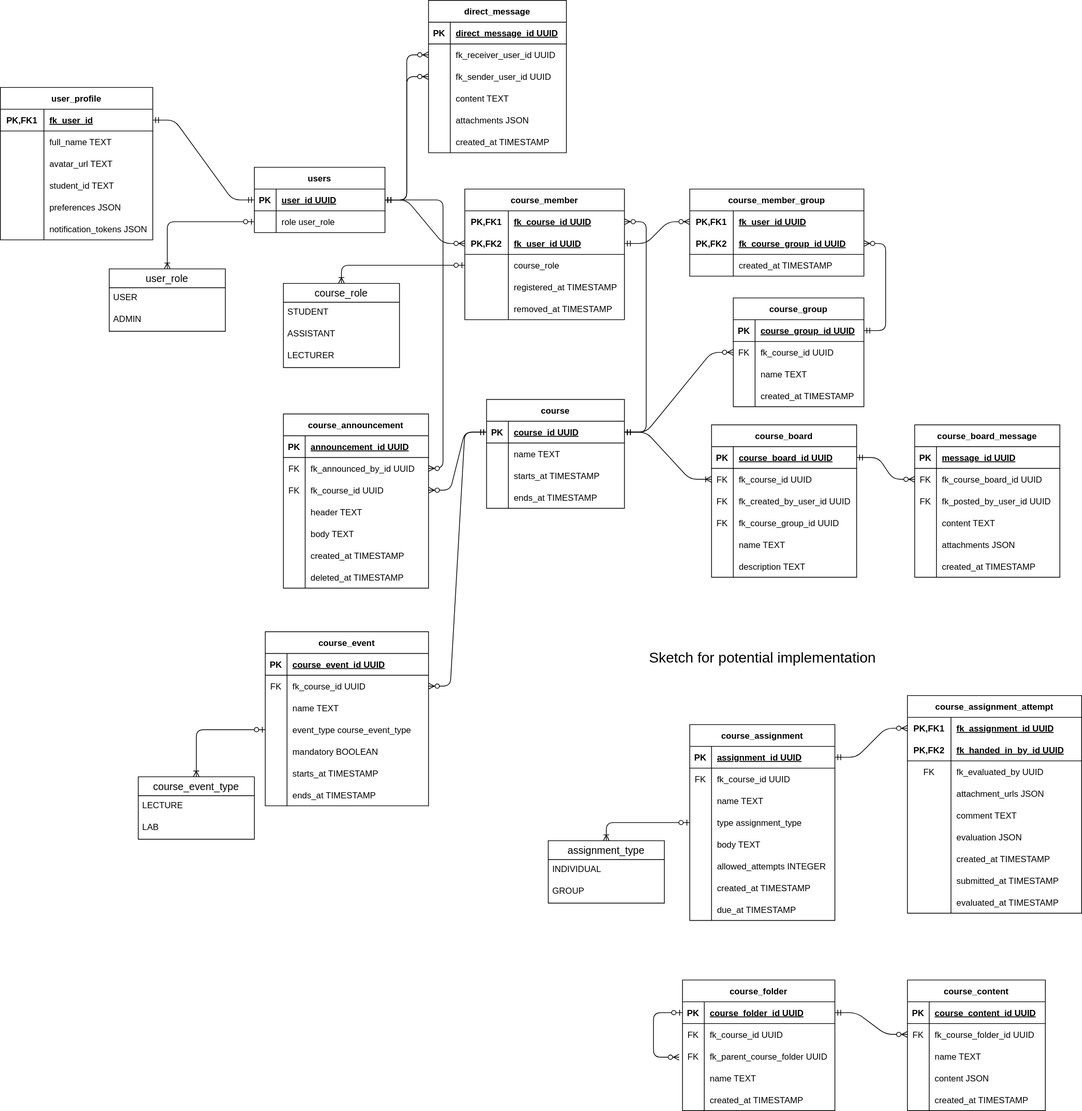
Above: docs/diagrams/er-diagram.drawio.svg in thedatasnok/idata2503-project (draw.io), before the change. Source tidied: cells renumbered, new cells last; positions are measured from the earlier drawing's top-left corner, leaving out a move shared by most shapes.
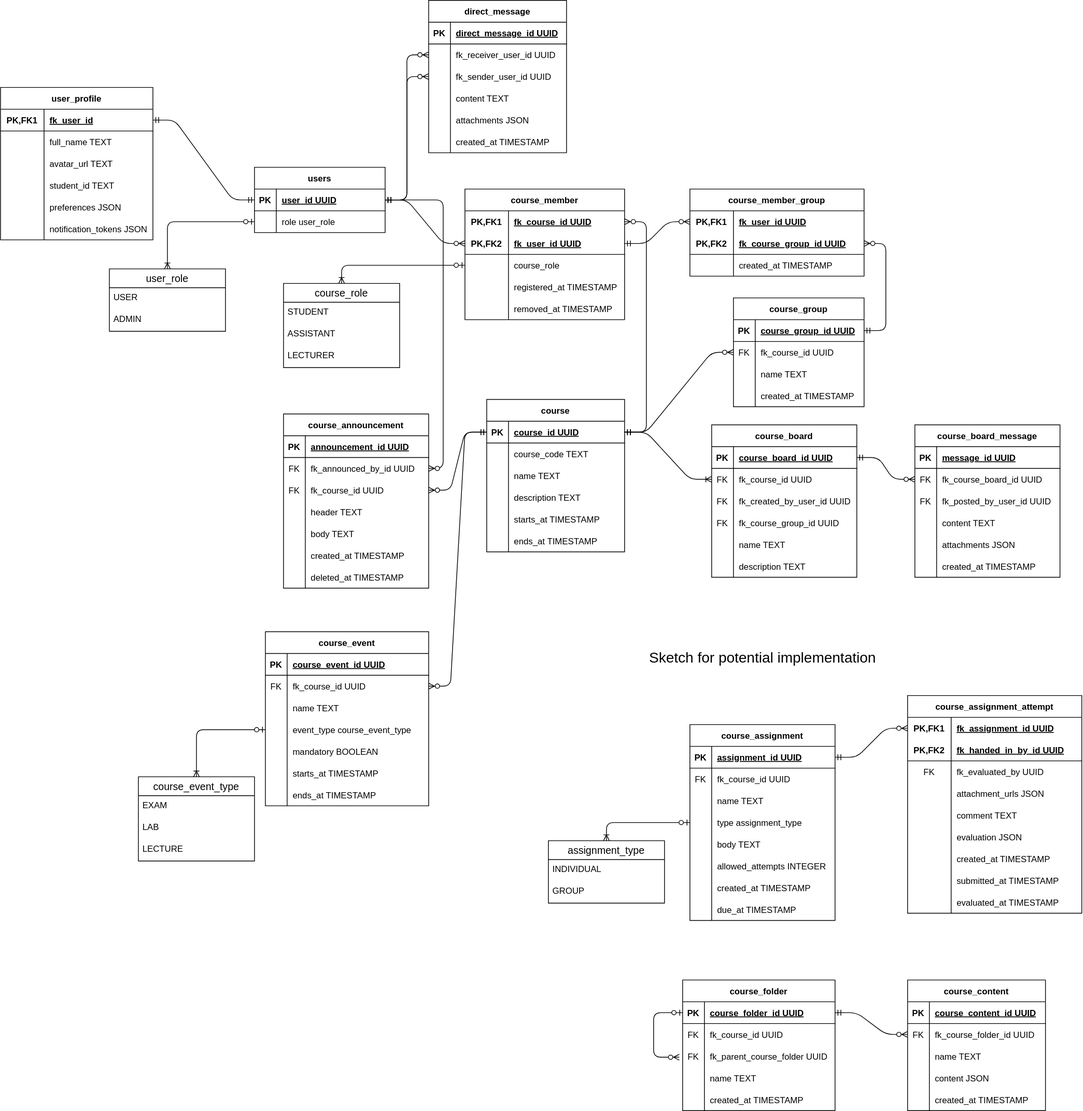
Above is the later version.

Commit message:
docs: add course code & description to course + add EXAM as event type

Change to the diagram source:
```diff
@@ -40,7 +40,7 @@
       </mxGeometry>
     </mxCell>
     <mxCell id="13" value="course" style="shape=table;startSize=30;rowLines=0;fontStyle=1;align=center;" parent="1" vertex="1">
-      <mxGeometry x="670" y="550" width="190" height="150" as="geometry" />
+      <mxGeometry x="670" y="550" width="190" height="210" as="geometry" />
     </mxCell>
     <mxCell id="14" style="shape=tableRow;horizontal=0;startSize=0;swimlaneHead=0;swimlaneBody=0;fillColor=none;points=[[0,0.5],[1,0.5]];portConstraint=eastwest;top=0;left=0;right=0;bottom=1;" parent="13" vertex="1">
       <mxGeometry y="30" width="190" height="30" as="geometry" />
@@ -51,8 +51,17 @@
     <mxCell id="16" value="course_id UUID" style="shape=partialRectangle;fillColor=none;top=0;left=0;bottom=0;right=0;align=left;spacingLeft=6;fontStyle=5;overflow=hidden;" parent="14" vertex="1">
       <mxGeometry x="30" width="160" height="30" as="geometry" />
     </mxCell>
+    <mxCell id="300" style="shape=tableRow;horizontal=0;startSize=0;swimlaneHead=0;swimlaneBody=0;fillColor=none;top=0;left=0;right=0;bottom=0;" parent="13" vertex="1">
+      <mxGeometry y="60" width="190" height="30" as="geometry" />
+    </mxCell>
+    <mxCell id="301" style="shape=partialRectangle;fillColor=none;top=0;left=0;bottom=0;right=0;overflow=hidden;" parent="300" vertex="1">
+      <mxGeometry width="30" height="30" as="geometry" />
+    </mxCell>
+    <mxCell id="302" value="course_code TEXT" style="shape=partialRectangle;fillColor=none;top=0;left=0;bottom=0;right=0;align=left;spacingLeft=6;overflow=hidden;" parent="300" vertex="1">
+      <mxGeometry x="30" width="160" height="30" as="geometry" />
+    </mxCell>
     <mxCell id="17" style="shape=tableRow;horizontal=0;startSize=0;swimlaneHead=0;swimlaneBody=0;fillColor=none;top=0;left=0;right=0;bottom=0;" parent="13" vertex="1">
-      <mxGeometry y="60" width="190" height="30" as="geometry" />
+      <mxGeometry y="90" width="190" height="30" as="geometry" />
     </mxCell>
     <mxCell id="18" style="shape=partialRectangle;fillColor=none;top=0;left=0;bottom=0;right=0;overflow=hidden;" parent="17" vertex="1">
       <mxGeometry width="30" height="30" as="geometry" />
@@ -60,8 +69,17 @@
     <mxCell id="19" value="name TEXT" style="shape=partialRectangle;fillColor=none;top=0;left=0;bottom=0;right=0;align=left;spacingLeft=6;overflow=hidden;" parent="17" vertex="1">
       <mxGeometry x="30" width="160" height="30" as="geometry" />
     </mxCell>
+    <mxCell id="303" style="shape=tableRow;horizontal=0;startSize=0;swimlaneHead=0;swimlaneBody=0;fillColor=none;top=0;left=0;right=0;bottom=0;" parent="13" vertex="1">
+      <mxGeometry y="120" width="190" height="30" as="geometry" />
+    </mxCell>
+    <mxCell id="304" style="shape=partialRectangle;fillColor=none;top=0;left=0;bottom=0;right=0;overflow=hidden;" parent="303" vertex="1">
+      <mxGeometry width="30" height="30" as="geometry" />
+    </mxCell>
+    <mxCell id="305" value="description TEXT" style="shape=partialRectangle;fillColor=none;top=0;left=0;bottom=0;right=0;align=left;spacingLeft=6;overflow=hidden;" parent="303" vertex="1">
+      <mxGeometry x="30" width="160" height="30" as="geometry" />
+    </mxCell>
     <mxCell id="20" style="shape=tableRow;horizontal=0;startSize=0;swimlaneHead=0;swimlaneBody=0;fillColor=none;top=0;left=0;right=0;bottom=0;" parent="13" vertex="1">
-      <mxGeometry y="90" width="190" height="30" as="geometry" />
+      <mxGeometry y="150" width="190" height="30" as="geometry" />
     </mxCell>
     <mxCell id="21" style="shape=partialRectangle;fillColor=none;top=0;left=0;bottom=0;right=0;overflow=hidden;" parent="20" vertex="1">
       <mxGeometry width="30" height="30" as="geometry" />
@@ -70,7 +88,7 @@
       <mxGeometry x="30" width="160" height="30" as="geometry" />
     </mxCell>
     <mxCell id="23" style="shape=tableRow;horizontal=0;startSize=0;swimlaneHead=0;swimlaneBody=0;fillColor=none;top=0;left=0;right=0;bottom=0;" parent="13" vertex="1">
-      <mxGeometry y="120" width="190" height="30" as="geometry" />
+      <mxGeometry y="180" width="190" height="30" as="geometry" />
     </mxCell>
     <mxCell id="24" style="shape=partialRectangle;fillColor=none;top=0;left=0;bottom=0;right=0;overflow=hidden;" parent="23" vertex="1">
       <mxGeometry width="30" height="30" as="geometry" />
@@ -671,14 +689,17 @@
       <mxGeometry x="30" width="195" height="30" as="geometry" />
     </mxCell>
     <mxCell id="219" value="course_event_type" style="swimlane;fontStyle=0;horizontal=1;startSize=26;align=center;fontSize=14;" parent="1" vertex="1">
-      <mxGeometry x="190" y="1070" width="160" height="86" as="geometry" />
+      <mxGeometry x="190" y="1070" width="160" height="116" as="geometry" />
     </mxCell>
+    <mxCell id="221" value="EXAM" style="text;strokeColor=none;fillColor=none;spacingLeft=4;spacingRight=4;overflow=hidden;fontSize=12;" parent="219" vertex="1">
+      <mxGeometry y="26" width="160" height="30" as="geometry" />
+    </mxCell>
+    <mxCell id="306" value="LAB" style="text;strokeColor=none;fillColor=none;spacingLeft=4;spacingRight=4;overflow=hidden;fontSize=12;" parent="219" vertex="1">
+      <mxGeometry y="56" width="160" height="30" as="geometry" />
+    </mxCell>
     <mxCell id="220" value="LECTURE" style="text;strokeColor=none;fillColor=none;spacingLeft=4;spacingRight=4;overflow=hidden;fontSize=12;" parent="219" vertex="1">
-      <mxGeometry y="26" width="160" height="30" as="geometry" />
+      <mxGeometry y="86" width="160" height="30" as="geometry" />
     </mxCell>
-    <mxCell id="221" value="LAB" style="text;strokeColor=none;fillColor=none;spacingLeft=4;spacingRight=4;overflow=hidden;fontSize=12;" parent="219" vertex="1">
-      <mxGeometry y="56" width="160" height="30" as="geometry" />
-    </mxCell>
     <mxCell id="222" style="edgeStyle=entityRelationEdgeStyle;fontSize=12;html=1;endArrow=ERzeroToMany;startArrow=ERmandOne;exitX=0;exitY=0.5;exitDx=0;exitDy=0;entryX=1;entryY=0.5;entryDx=0;entryDy=0;" parent="1" edge="1" source="14" target="201">
       <mxGeometry relative="1" as="geometry" />
     </mxCell>
```
